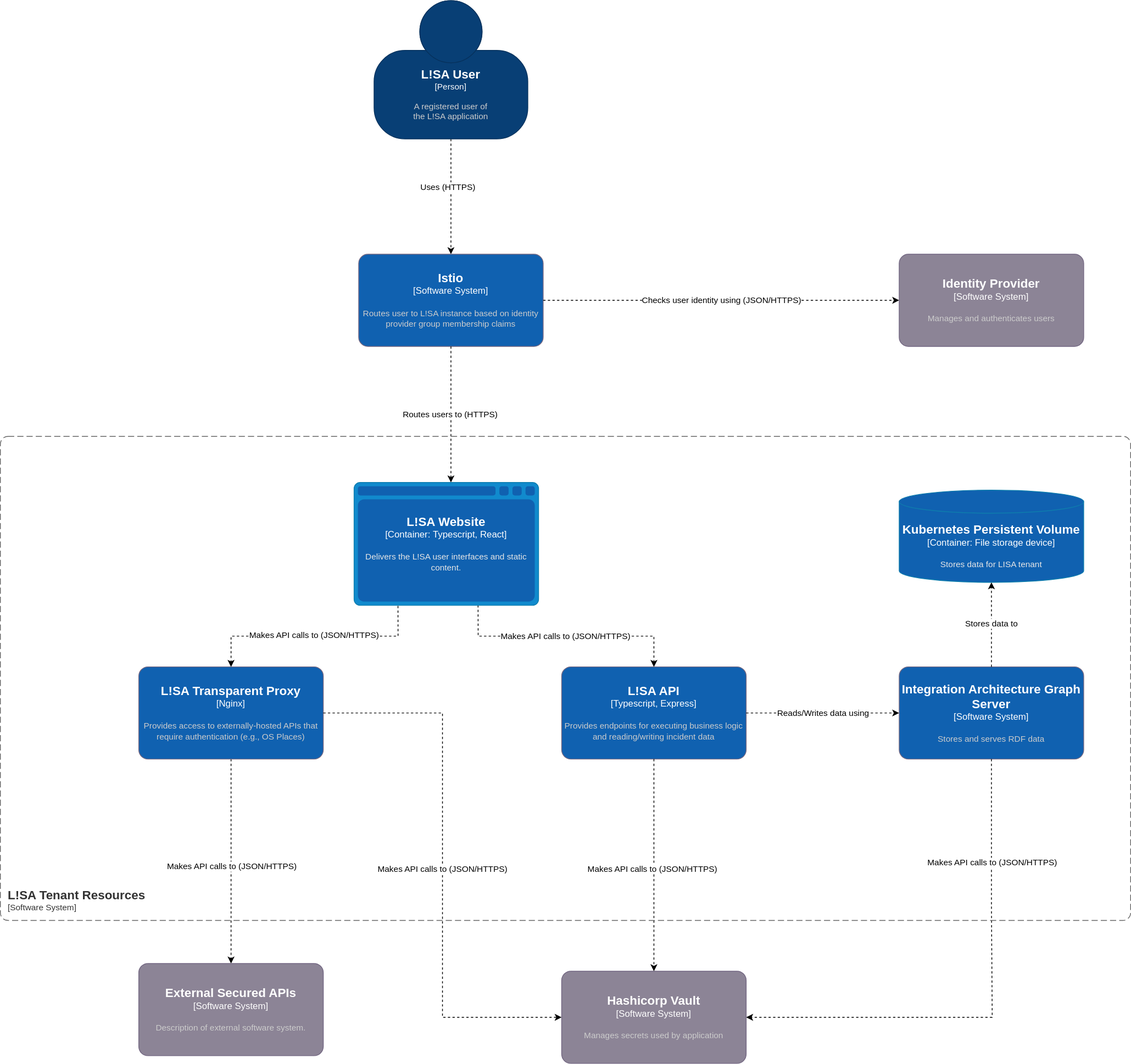
National-Digital-Twin/LISA keeps this draw.io diagram as diagrams/c4/LISA.svg. Above is the earlier version. Source tidied: cells renumbered, new cells last; positions are measured from the earlier drawing's top-left corner, leaving out a move shared by most shapes.
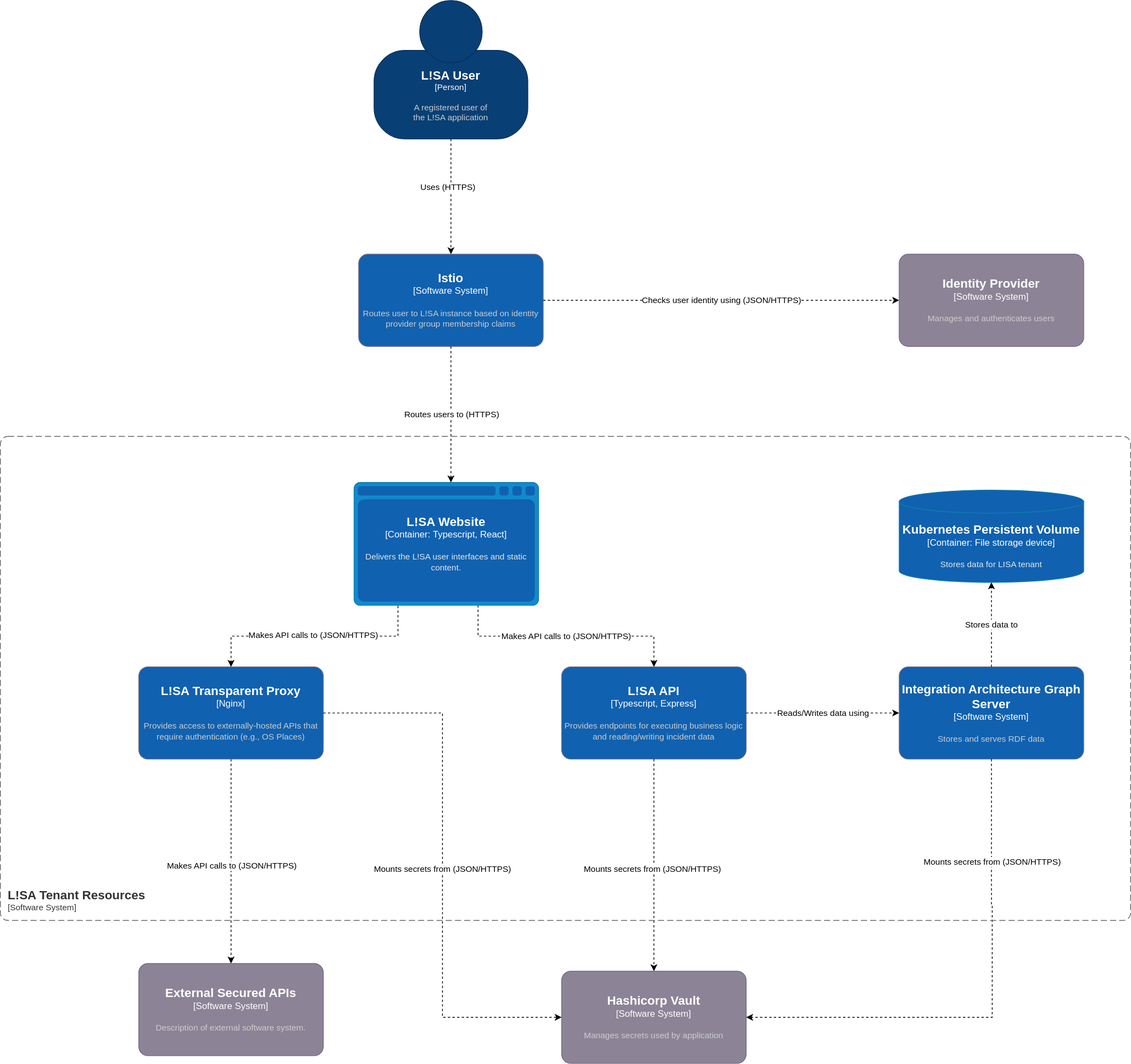
After the commit.

Commit message:
feature(DPAV-1055): clarify secrets mount in C4 model

What changed in the source:
```diff
@@ -89,10 +89,10 @@
     <mxCell id="22" style="edgeStyle=orthogonalEdgeStyle;rounded=0;jettySize=auto;html=1;entryX=0.5;entryY=0;entryDx=0;entryDy=0;entryPerimeter=0;dashed=1;exitX=0.5;exitY=1;exitDx=0;exitDy=0;exitPerimeter=0;" parent="1" edge="1" source="6" target="16">
       <mxGeometry relative="1" as="geometry" />
     </mxCell>
-    <mxCell id="23" value="Makes API calls to (JSON/HTTPS)" style="edgeLabel;html=1;align=center;verticalAlign=middle;" parent="22" vertex="1">
+    <mxCell id="23" value="Mounts secrets from (JSON/HTTPS)" style="edgeLabel;html=1;align=center;verticalAlign=middle;" parent="22" vertex="1">
       <mxGeometry x="0.03" y="-3" relative="1" as="geometry" />
     </mxCell>
-    <mxCell id="24" value="Makes API calls to (JSON/HTTPS)" style="edgeStyle=orthogonalEdgeStyle;rounded=0;jettySize=auto;html=1;entryX=0;entryY=0.5;entryDx=0;entryDy=0;entryPerimeter=0;dashed=1;" parent="1" edge="1" source="9" target="16">
+    <mxCell id="24" value="Mounts secrets from (JSON/HTTPS)" style="edgeStyle=orthogonalEdgeStyle;rounded=0;jettySize=auto;html=1;entryX=0;entryY=0.5;entryDx=0;entryDy=0;entryPerimeter=0;dashed=1;" parent="1" edge="1" source="9" target="16">
       <mxGeometry x="0.02" relative="1" as="geometry" />
     </mxCell>
     <mxCell id="25" style="edgeStyle=orthogonalEdgeStyle;rounded=0;jettySize=auto;html=1;entryX=1;entryY=0.5;entryDx=0;entryDy=0;entryPerimeter=0;dashed=1;exitX=0.5;exitY=1;exitDx=0;exitDy=0;exitPerimeter=0;" parent="1" edge="1" source="13" target="16">
@@ -102,7 +102,7 @@
         </Array>
       </mxGeometry>
     </mxCell>
-    <mxCell id="26" value="Makes API calls to (JSON/HTTPS)" style="edgeLabel;html=1;align=center;verticalAlign=middle;" parent="25" vertex="1">
+    <mxCell id="26" value="Mounts secrets from (JSON/HTTPS)" style="edgeLabel;html=1;align=center;verticalAlign=middle;" parent="25" vertex="1">
       <mxGeometry x="-0.73" relative="1" as="geometry">
         <mxPoint y="44" as="offset" />
       </mxGeometry>
```
